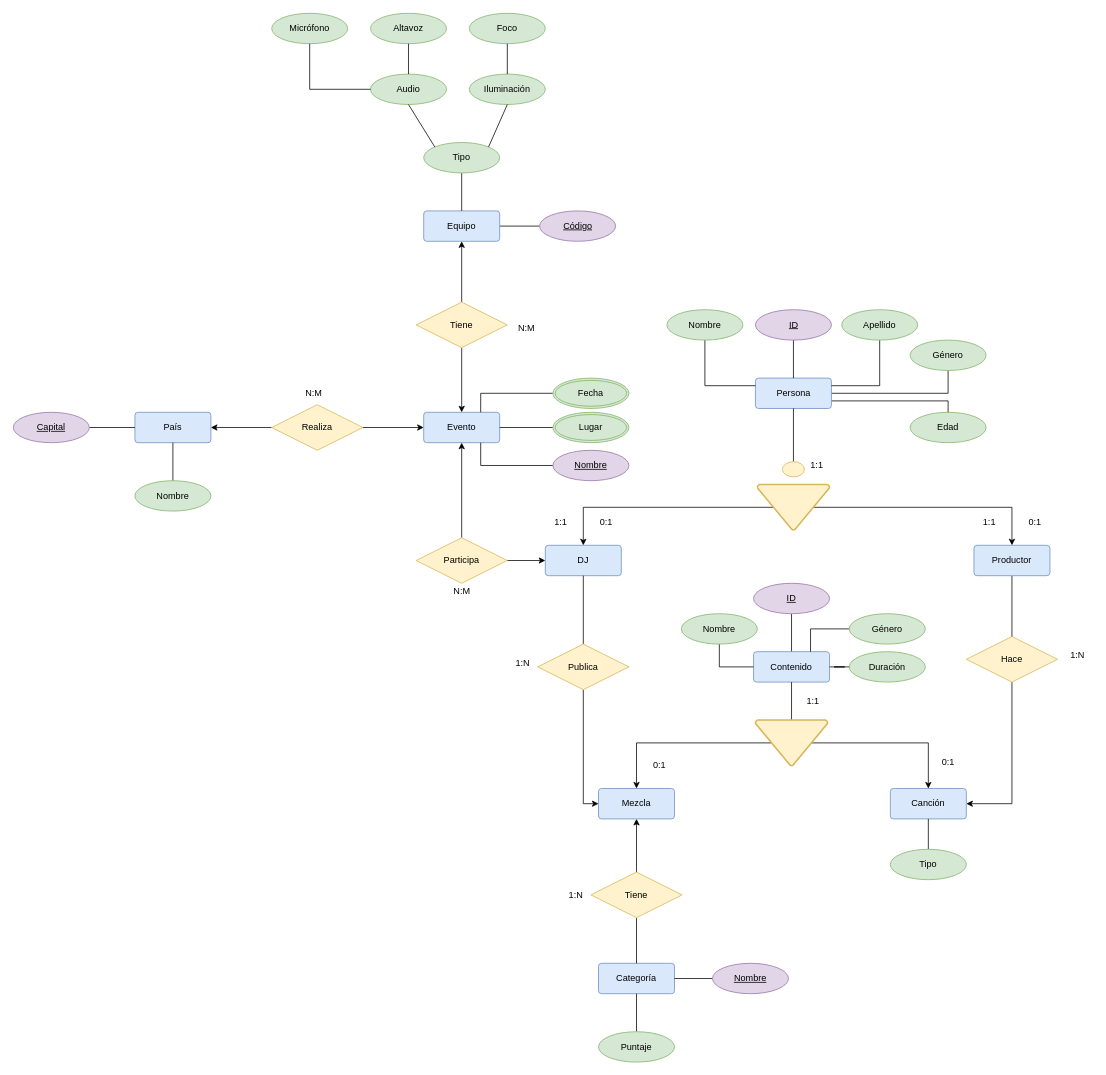
Before: page "Página-3" (3 of 4) of modelo_entidad_relación.drawio in samugd17/proyecto_bae, a draw.io diagram. Source tidied: cells renumbered, new cells numbered last; positions are measured from the earlier drawing's top-left corner, leaving out a move shared by most shapes. Both pictures are drawn from the tidied source at 76%, with x=0, y=0 at pixel (13, 13).
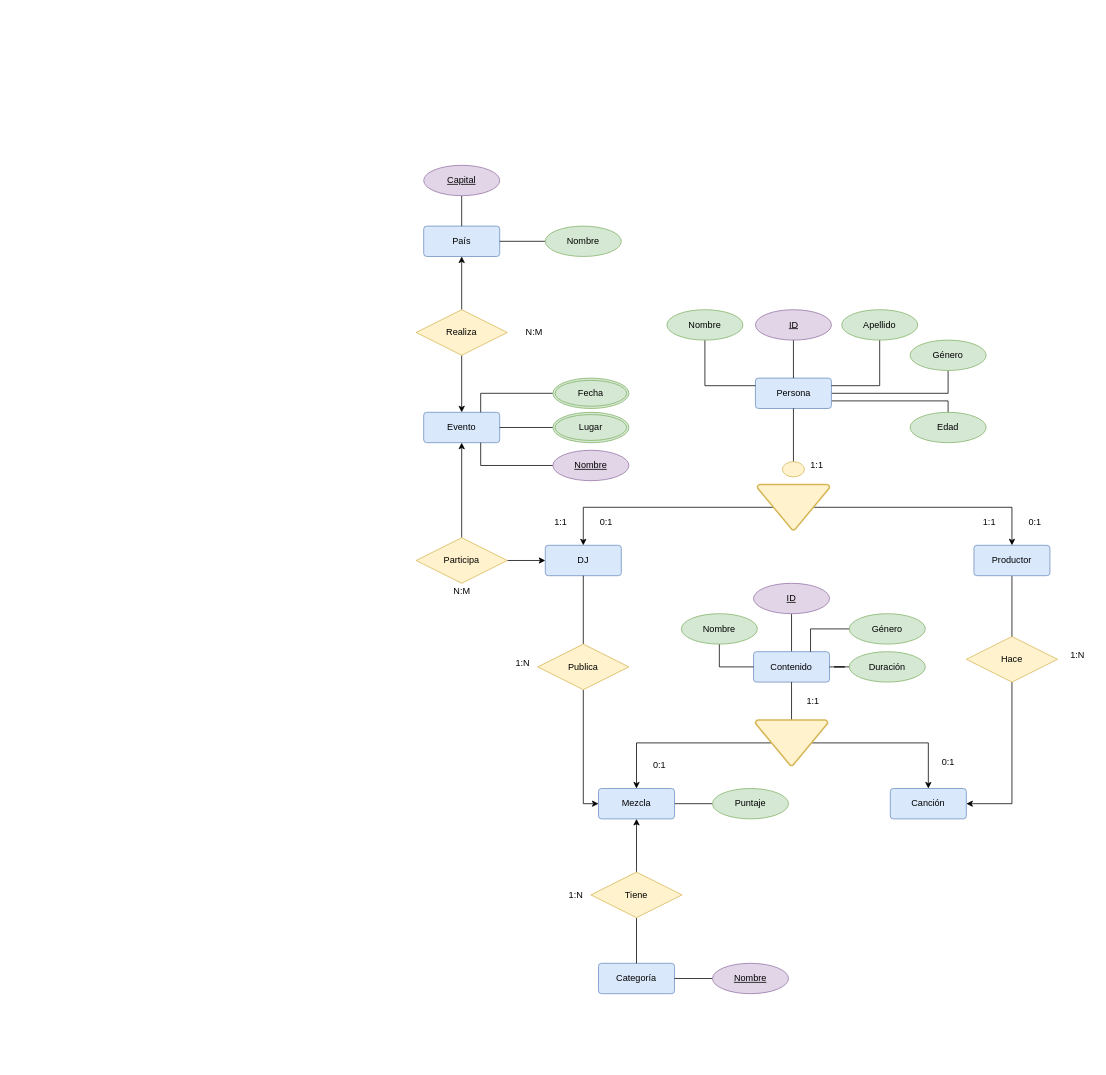
The same page after the edit.

Unchanged cells that the change refers to:
```xml
<mxCell id="8" value="Mezcla" style="rounded=1;arcSize=10;whiteSpace=wrap;html=1;align=center;fillColor=#dae8fc;strokeColor=#6c8ebf;" parent="1" vertex="1">
  <mxGeometry x="770" y="1020" width="100" height="40" as="geometry" />
</mxCell>
<mxCell id="9" value="Canción" style="rounded=1;arcSize=10;whiteSpace=wrap;html=1;align=center;fillColor=#dae8fc;strokeColor=#6c8ebf;" parent="1" vertex="1">
  <mxGeometry x="1154" y="1020" width="100" height="40" as="geometry" />
</mxCell>
<mxCell id="10" value="Categoría" style="rounded=1;arcSize=10;whiteSpace=wrap;html=1;align=center;fillColor=#dae8fc;strokeColor=#6c8ebf;" parent="1" vertex="1">
  <mxGeometry x="770" y="1250" width="100" height="40" as="geometry" />
</mxCell>
<mxCell id="29" value="Evento" style="rounded=1;arcSize=10;whiteSpace=wrap;html=1;align=center;fillColor=#dae8fc;strokeColor=#6c8ebf;" parent="1" vertex="1">
  <mxGeometry x="540" y="525" width="100" height="40" as="geometry" />
</mxCell>
```

What changed in the source:
```diff
@@
+    <mxCell id="101" style="edgeStyle=orthogonalEdgeStyle;rounded=0;jettySize=auto;html=1;entryX=0;entryY=0.5;entryDx=0;entryDy=0;endArrow=none;endFill=0;" parent="1" edge="1" source="8" target="51">
+      <mxGeometry relative="1" as="geometry" />
+    </mxCell>
@@
     <mxCell id="30" value="País" style="rounded=1;arcSize=10;whiteSpace=wrap;html=1;align=center;fillColor=#dae8fc;strokeColor=#6c8ebf;" parent="1" vertex="1">
-      <mxGeometry x="160" y="525" width="100" height="40" as="geometry" />
+      <mxGeometry x="540" y="280" width="100" height="40" as="geometry" />
     </mxCell>
-    <mxCell id="31" style="edgeStyle=orthogonalEdgeStyle;rounded=0;jettySize=auto;html=1;entryX=1;entryY=0.5;entryDx=0;entryDy=0;" parent="1" edge="1" source="33" target="30">
+    <mxCell id="31" style="edgeStyle=orthogonalEdgeStyle;rounded=0;jettySize=auto;html=1;entryX=0.5;entryY=1;entryDx=0;entryDy=0;" parent="1" edge="1" source="33" target="30">
       <mxGeometry relative="1" as="geometry" />
     </mxCell>
-    <mxCell id="32" style="edgeStyle=orthogonalEdgeStyle;rounded=0;jettySize=auto;html=1;exitX=1;exitY=0.5;exitDx=0;exitDy=0;entryX=0;entryY=0.5;entryDx=0;entryDy=0;" parent="1" edge="1" source="33" target="29">
+    <mxCell id="32" style="edgeStyle=orthogonalEdgeStyle;rounded=0;jettySize=auto;html=1;exitX=0.5;exitY=1;exitDx=0;exitDy=0;entryX=0.5;entryY=0;entryDx=0;entryDy=0;" parent="1" edge="1" source="33" target="29">
       <mxGeometry relative="1" as="geometry" />
     </mxCell>
     <mxCell id="33" value="Realiza" style="shape=rhombus;perimeter=rhombusPerimeter;whiteSpace=wrap;html=1;align=center;fillColor=#fff2cc;strokeColor=#d6b656;" parent="1" vertex="1">
-      <mxGeometry x="340" y="515" width="120" height="60" as="geometry" />
+      <mxGeometry x="530" y="390" width="120" height="60" as="geometry" />
     </mxCell>
@@
     <mxCell id="36" value="Nombre" style="ellipse;whiteSpace=wrap;html=1;align=center;fillColor=#d5e8d4;strokeColor=#82b366;" parent="1" vertex="1">
-      <mxGeometry x="160" y="615" width="100" height="40" as="geometry" />
+      <mxGeometry x="700" y="280" width="100" height="40" as="geometry" />
     </mxCell>
-    <mxCell id="37" style="edgeStyle=orthogonalEdgeStyle;rounded=0;jettySize=auto;html=1;entryX=0;entryY=0.5;entryDx=0;entryDy=0;endArrow=none;endFill=0;exitX=1;exitY=0.5;exitDx=0;exitDy=0;" parent="1" edge="1" source="98" target="30">
+    <mxCell id="37" style="edgeStyle=orthogonalEdgeStyle;rounded=0;jettySize=auto;html=1;endArrow=none;endFill=0;exitX=0.5;exitY=1;exitDx=0;exitDy=0;entryX=0.5;entryY=0;entryDx=0;entryDy=0;" parent="1" edge="1" source="98" target="30">
       <mxGeometry relative="1" as="geometry" />
     </mxCell>
@@
-    <mxCell id="50" style="edgeStyle=orthogonalEdgeStyle;rounded=0;jettySize=auto;html=1;endArrow=none;endFill=0;" parent="1" edge="1" source="51" target="10">
-      <mxGeometry relative="1" as="geometry" />
-    </mxCell>
-    <mxCell id="51" value="Puntaje" style="ellipse;whiteSpace=wrap;html=1;align=center;fillColor=#d5e8d4;strokeColor=#82b366;" parent="1" vertex="1">
-      <mxGeometry x="770" y="1340" width="100" height="40" as="geometry" />
-    </mxCell>
@@
-    <mxCell id="56" style="edgeStyle=orthogonalEdgeStyle;rounded=0;jettySize=auto;html=1;entryX=0.5;entryY=1;entryDx=0;entryDy=0;endArrow=none;endFill=0;" parent="1" edge="1" source="57" target="9">
-      <mxGeometry relative="1" as="geometry" />
-    </mxCell>
-    <mxCell id="57" value="Tipo" style="ellipse;whiteSpace=wrap;html=1;align=center;fillColor=#d5e8d4;strokeColor=#82b366;" parent="1" vertex="1">
-      <mxGeometry x="1154" y="1100" width="100" height="40" as="geometry" />
-    </mxCell>
@@
-    <mxCell id="62" style="edgeStyle=orthogonalEdgeStyle;rounded=0;jettySize=auto;html=1;exitX=0.5;exitY=1;exitDx=0;exitDy=0;entryX=0.5;entryY=0;entryDx=0;entryDy=0;" parent="1" edge="1" source="64" target="29">
-      <mxGeometry relative="1" as="geometry" />
-    </mxCell>
-    <mxCell id="63" style="edgeStyle=orthogonalEdgeStyle;rounded=0;jettySize=auto;html=1;" parent="1" edge="1" source="64" target="66">
-      <mxGeometry relative="1" as="geometry" />
-    </mxCell>
-    <mxCell id="64" value="Tiene" style="shape=rhombus;perimeter=rhombusPerimeter;whiteSpace=wrap;html=1;align=center;fillColor=#fff2cc;strokeColor=#d6b656;" parent="1" vertex="1">
-      <mxGeometry x="530" y="380" width="120" height="60" as="geometry" />
-    </mxCell>
-    <mxCell id="65" style="edgeStyle=orthogonalEdgeStyle;rounded=0;jettySize=auto;html=1;entryX=0;entryY=0.5;entryDx=0;entryDy=0;endArrow=none;endFill=0;" parent="1" edge="1" source="66" target="67">
-      <mxGeometry relative="1" as="geometry" />
-    </mxCell>
-    <mxCell id="66" value="Equipo" style="rounded=1;arcSize=10;whiteSpace=wrap;html=1;align=center;fillColor=#dae8fc;strokeColor=#6c8ebf;" parent="1" vertex="1">
-      <mxGeometry x="540" y="260" width="100" height="40" as="geometry" />
-    </mxCell>
-    <mxCell id="67" value="Código" style="ellipse;whiteSpace=wrap;html=1;align=center;fontStyle=4;fillColor=#e1d5e7;strokeColor=#9673a6;" parent="1" vertex="1">
-      <mxGeometry x="692.5" y="260" width="100" height="40" as="geometry" />
-    </mxCell>
-    <mxCell id="68" style="edgeStyle=orthogonalEdgeStyle;rounded=0;jettySize=auto;html=1;entryX=0.5;entryY=0;entryDx=0;entryDy=0;endArrow=none;endFill=0;" parent="1" edge="1" source="69" target="66">
-      <mxGeometry relative="1" as="geometry" />
-    </mxCell>
-    <mxCell id="69" value="Tipo" style="ellipse;whiteSpace=wrap;html=1;align=center;fillColor=#d5e8d4;strokeColor=#82b366;" parent="1" vertex="1">
-      <mxGeometry x="540" y="170" width="100" height="40" as="geometry" />
-    </mxCell>
-    <mxCell id="70" value="Iluminación" style="ellipse;whiteSpace=wrap;html=1;align=center;fillColor=#d5e8d4;strokeColor=#82b366;" parent="1" vertex="1">
-      <mxGeometry x="600" y="80" width="100" height="40" as="geometry" />
-    </mxCell>
-    <mxCell id="71" value="Audio" style="ellipse;whiteSpace=wrap;html=1;align=center;fillColor=#d5e8d4;strokeColor=#82b366;" parent="1" vertex="1">
-      <mxGeometry x="470" y="80" width="100" height="40" as="geometry" />
-    </mxCell>
-    <mxCell id="72" value="Foco" style="ellipse;whiteSpace=wrap;html=1;align=center;fillColor=#d5e8d4;strokeColor=#82b366;" parent="1" vertex="1">
-      <mxGeometry x="600" width="100" height="40" as="geometry" />
-    </mxCell>
-    <mxCell id="73" value="Altavoz" style="ellipse;whiteSpace=wrap;html=1;align=center;fillColor=#d5e8d4;strokeColor=#82b366;" parent="1" vertex="1">
-      <mxGeometry x="470" width="100" height="40" as="geometry" />
-    </mxCell>
-    <mxCell id="74" value="Micrófono" style="ellipse;whiteSpace=wrap;html=1;align=center;fillColor=#d5e8d4;strokeColor=#82b366;" parent="1" vertex="1">
-      <mxGeometry x="340" width="100" height="40" as="geometry" />
-    </mxCell>
-    <mxCell id="75" style="endArrow=none;html=1;rounded=0;exitX=0.5;exitY=1;exitDx=0;exitDy=0;entryX=0;entryY=0.5;entryDx=0;entryDy=0;endFill=0;" parent="1" edge="1" source="74" target="71">
-      <mxGeometry relative="1" as="geometry">
-        <Array as="points">
-          <mxPoint x="390" y="100" />
-        </Array>
-      </mxGeometry>
-    </mxCell>
-    <mxCell id="76" style="endArrow=none;html=1;rounded=0;exitX=0.5;exitY=1;exitDx=0;exitDy=0;entryX=0.5;entryY=0;entryDx=0;entryDy=0;endFill=0;" parent="1" edge="1" source="73" target="71">
-      <mxGeometry relative="1" as="geometry" />
-    </mxCell>
-    <mxCell id="77" style="endArrow=none;html=1;rounded=0;exitX=0.5;exitY=1;exitDx=0;exitDy=0;entryX=1;entryY=0;entryDx=0;entryDy=0;endFill=0;" parent="1" edge="1" source="70" target="69">
-      <mxGeometry relative="1" as="geometry" />
-    </mxCell>
-    <mxCell id="78" style="endArrow=none;html=1;rounded=0;exitX=0.5;exitY=1;exitDx=0;exitDy=0;entryX=0.5;entryY=0;entryDx=0;entryDy=0;endFill=0;" parent="1" edge="1" source="72" target="70">
-      <mxGeometry relative="1" as="geometry" />
-    </mxCell>
-    <mxCell id="79" style="endArrow=none;html=1;rounded=0;exitX=0.5;exitY=1;exitDx=0;exitDy=0;entryX=0;entryY=0;entryDx=0;entryDy=0;endFill=0;" parent="1" edge="1" source="71" target="69">
-      <mxGeometry relative="1" as="geometry" />
-    </mxCell>
     <mxCell id="80" value="N:M" style="text;html=1;align=center;verticalAlign=middle;strokeColor=none;fillColor=none;" parent="1" vertex="1">
-      <mxGeometry x="370" y="485" width="50" height="30" as="geometry" />
+      <mxGeometry x="660" y="405" width="50" height="30" as="geometry" />
     </mxCell>
-    <mxCell id="81" value="N:M" style="text;html=1;align=center;verticalAlign=middle;strokeColor=none;fillColor=none;" parent="1" vertex="1">
-      <mxGeometry x="650" y="400" width="50" height="30" as="geometry" />
-    </mxCell>
@@
     <mxCell id="98" value="Capital" style="ellipse;whiteSpace=wrap;html=1;align=center;fontStyle=4;fillColor=#e1d5e7;strokeColor=#9673a6;" parent="1" vertex="1">
-      <mxGeometry y="525" width="100" height="40" as="geometry" />
+      <mxGeometry x="540" y="200" width="100" height="40" as="geometry" />
     </mxCell>
@@
+    <mxCell id="51" value="Puntaje" style="ellipse;whiteSpace=wrap;html=1;align=center;fillColor=#d5e8d4;strokeColor=#82b366;" parent="1" vertex="1">
+      <mxGeometry x="920" y="1020" width="100" height="40" as="geometry" />
+    </mxCell>
```
